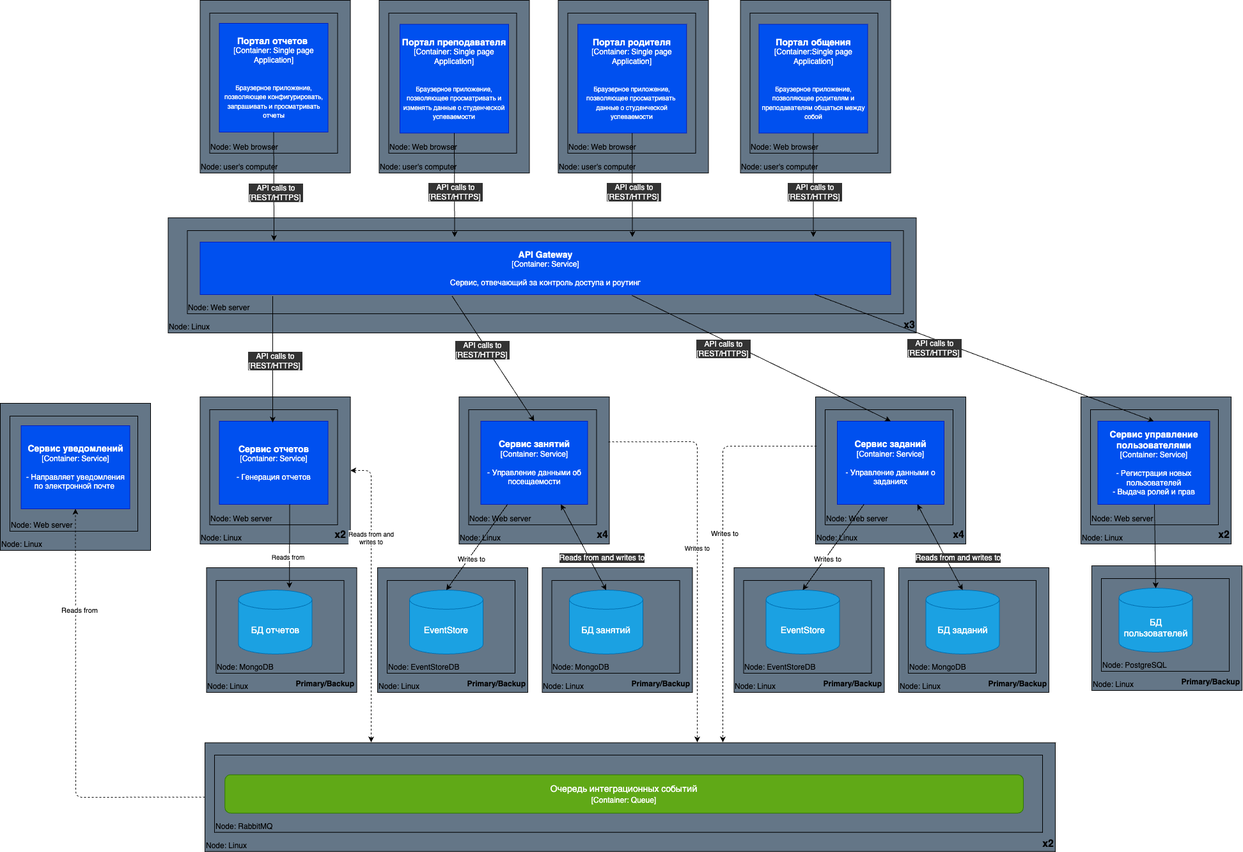
Above: 5-project/deployment.png in Raubzeug/software-architect (draw.io), before the change. Source tidied: cells renumbered, new cells last; positions are measured from the earlier drawing's top-left corner, leaving out a move shared by most shapes.
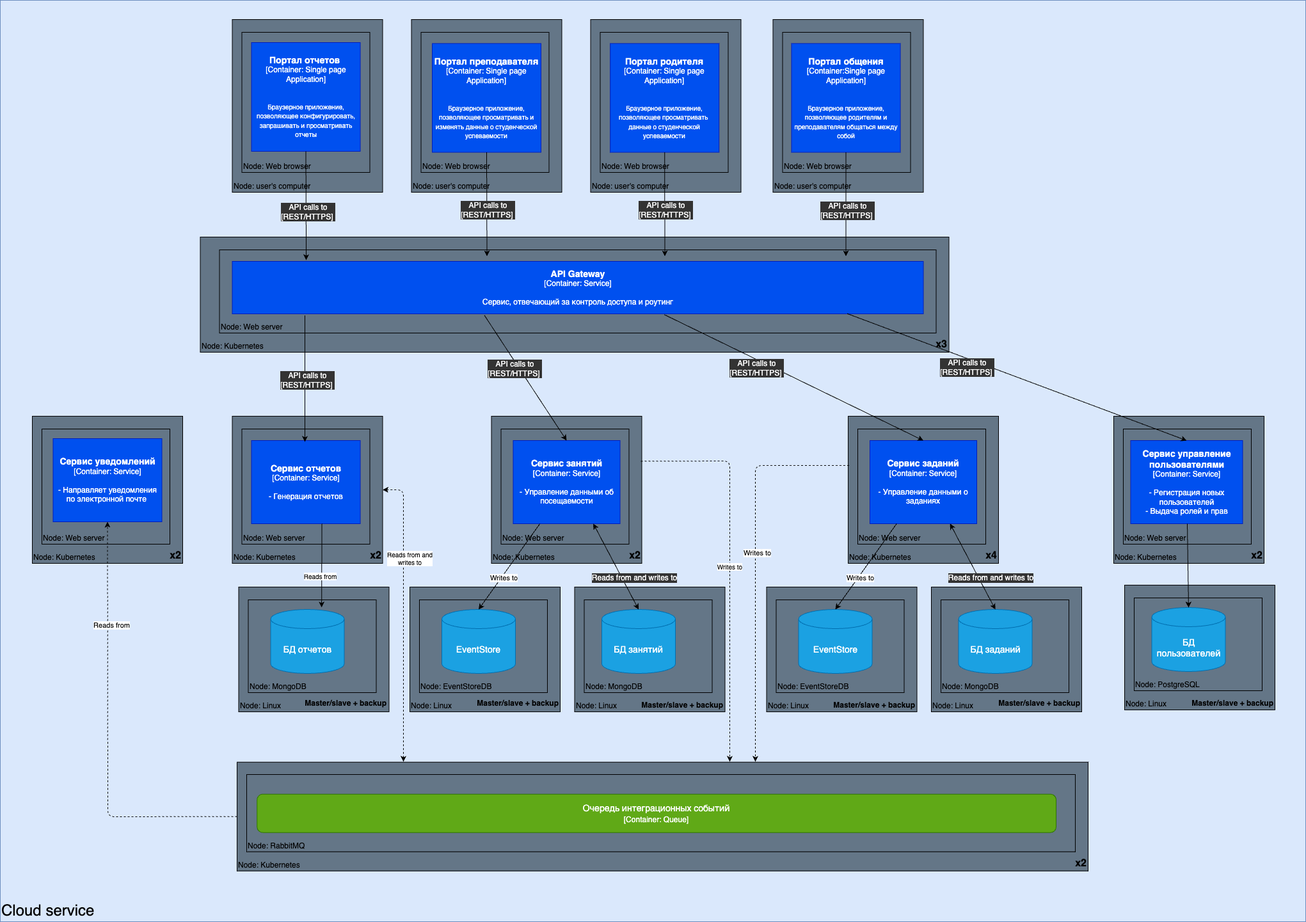
After the change.

Change to the diagram source:
```diff
@@ -4,2 +4,5 @@
     <mxCell id="1" parent="0" />
+    <mxCell id="97" value="&lt;font style=&quot;font-size: 24px;&quot; color=&quot;#000000&quot;&gt;Cloud service&lt;/font&gt;" style="rounded=0;whiteSpace=wrap;html=1;fillColor=#dae8fc;strokeColor=#6c8ebf;verticalAlign=bottom;align=left;" parent="1" vertex="1">
+      <mxGeometry x="-50" y="-30" width="2040" height="1440" as="geometry" />
+    </mxCell>
     <mxCell id="2" value="&lt;font color=&quot;#000000&quot;&gt;Node: Linux&lt;/font&gt;" style="rounded=0;whiteSpace=wrap;html=1;fillColor=#647687;fontColor=#ffffff;strokeColor=#000000;verticalAlign=bottom;align=left;" parent="1" vertex="1">
@@ -10,5 +13,2 @@
     </mxCell>
-    <mxCell id="4" value="&lt;font style=&quot;font-size: 12px;&quot;&gt;Primary/Backup&lt;/font&gt;" style="rounded=0;whiteSpace=wrap;html=1;strokeColor=none;fontColor=#000000;labelBackgroundColor=none;fillColor=none;fontStyle=1;fontSize=14;verticalAlign=bottom;align=right;" parent="1" vertex="1">
-      <mxGeometry x="1820.8" y="1016" width="120" height="60" as="geometry" />
-    </mxCell>
     <mxCell id="5" value="&lt;font color=&quot;#000000&quot;&gt;Node: Linux&lt;/font&gt;" style="rounded=0;whiteSpace=wrap;html=1;fillColor=#647687;fontColor=#ffffff;strokeColor=#000000;verticalAlign=bottom;align=left;" parent="1" vertex="1">
@@ -19,5 +19,2 @@
     </mxCell>
-    <mxCell id="7" value="&lt;font style=&quot;font-size: 12px;&quot;&gt;Primary/Backup&lt;/font&gt;" style="rounded=0;whiteSpace=wrap;html=1;strokeColor=none;fontColor=#000000;labelBackgroundColor=none;fillColor=none;fontStyle=1;fontSize=14;verticalAlign=bottom;align=right;" parent="1" vertex="1">
-      <mxGeometry x="961.2" y="1019" width="120" height="60" as="geometry" />
-    </mxCell>
     <mxCell id="8" value="&lt;font color=&quot;#000000&quot;&gt;Node: Linux&lt;/font&gt;" style="rounded=0;whiteSpace=wrap;html=1;fillColor=#647687;fontColor=#ffffff;strokeColor=#000000;verticalAlign=bottom;align=left;" parent="1" vertex="1">
@@ -28,12 +25,12 @@
     </mxCell>
-    <mxCell id="10" value="&lt;font style=&quot;font-size: 12px;&quot;&gt;Primary/Backup&lt;/font&gt;" style="rounded=0;whiteSpace=wrap;html=1;strokeColor=none;fontColor=#000000;labelBackgroundColor=none;fillColor=none;fontStyle=1;fontSize=14;verticalAlign=bottom;align=right;" parent="1" vertex="1">
-      <mxGeometry x="436.2" y="1019" width="120" height="60" as="geometry" />
+    <mxCell id="10" value="&lt;font style=&quot;font-size: 12px;&quot;&gt;Master/slave + backup&lt;/font&gt;" style="rounded=0;whiteSpace=wrap;html=1;strokeColor=none;fontColor=#000000;labelBackgroundColor=none;fillColor=none;fontStyle=1;fontSize=14;verticalAlign=bottom;align=right;" parent="1" vertex="1">
+      <mxGeometry x="410" y="1019" width="146.2" height="60" as="geometry" />
     </mxCell>
-    <mxCell id="11" value="&lt;font color=&quot;#000000&quot;&gt;Node: Linux&lt;/font&gt;" style="rounded=0;whiteSpace=wrap;html=1;fillColor=#647687;fontColor=#ffffff;strokeColor=#000000;verticalAlign=bottom;align=left;" parent="1" vertex="1">
-      <mxGeometry y="630" width="235" height="230" as="geometry" />
+    <mxCell id="11" value="&lt;font color=&quot;#000000&quot;&gt;Node:&amp;nbsp;&lt;/font&gt;&lt;span style=&quot;color: rgb(0, 0, 0);&quot;&gt;Kubernetes&lt;/span&gt;" style="rounded=0;whiteSpace=wrap;html=1;fillColor=#647687;fontColor=#ffffff;strokeColor=#000000;verticalAlign=bottom;align=left;" parent="1" vertex="1">
+      <mxGeometry y="620" width="235" height="230" as="geometry" />
     </mxCell>
     <mxCell id="12" value="&lt;div style=&quot;&quot;&gt;&lt;font color=&quot;#000000&quot;&gt;Node: Web server&lt;/font&gt;&lt;/div&gt;" style="rounded=0;whiteSpace=wrap;html=1;fillColor=#647687;fontColor=#ffffff;strokeColor=#000000;align=left;verticalAlign=bottom;" parent="1" vertex="1">
-      <mxGeometry x="15" y="650" width="200" height="180" as="geometry" />
+      <mxGeometry x="15" y="640" width="200" height="180" as="geometry" />
     </mxCell>
-    <mxCell id="13" value="&lt;font color=&quot;#000000&quot;&gt;Node:&amp;nbsp;&lt;/font&gt;&lt;span style=&quot;color: rgb(0, 0, 0);&quot;&gt;Linux&lt;/span&gt;" style="rounded=0;whiteSpace=wrap;html=1;fillColor=#647687;fontColor=#ffffff;strokeColor=#000000;verticalAlign=bottom;align=left;" parent="1" vertex="1">
+    <mxCell id="13" value="&lt;font color=&quot;#000000&quot;&gt;Node:&amp;nbsp;&lt;/font&gt;&lt;span style=&quot;color: rgb(0, 0, 0);&quot;&gt;Kubernetes&lt;/span&gt;" style="rounded=0;whiteSpace=wrap;html=1;fillColor=#647687;fontColor=#ffffff;strokeColor=#000000;verticalAlign=bottom;align=left;" parent="1" vertex="1">
       <mxGeometry x="1690" y="620" width="235" height="230" as="geometry" />
@@ -43,3 +40,3 @@
     </mxCell>
-    <mxCell id="15" value="&lt;font color=&quot;#000000&quot;&gt;Node: Linux&lt;/font&gt;" style="rounded=0;whiteSpace=wrap;html=1;fillColor=#647687;fontColor=#ffffff;strokeColor=#000000;verticalAlign=bottom;align=left;" parent="1" vertex="1">
+    <mxCell id="15" value="&lt;font color=&quot;#000000&quot;&gt;Node: Kubernetes&lt;/font&gt;" style="rounded=0;whiteSpace=wrap;html=1;fillColor=#647687;fontColor=#ffffff;strokeColor=#000000;verticalAlign=bottom;align=left;" parent="1" vertex="1">
       <mxGeometry x="312.5" y="620" width="235" height="230" as="geometry" />
@@ -49,3 +46,3 @@
     </mxCell>
-    <mxCell id="17" value="&lt;font color=&quot;#000000&quot;&gt;Node: Linux&lt;/font&gt;" style="rounded=0;whiteSpace=wrap;html=1;fillColor=#647687;fontColor=#ffffff;strokeColor=#000000;verticalAlign=bottom;align=left;" parent="1" vertex="1">
+    <mxCell id="17" value="&lt;font color=&quot;#000000&quot;&gt;Node:&amp;nbsp;&lt;/font&gt;&lt;span style=&quot;color: rgb(0, 0, 0);&quot;&gt;Kubernetes&lt;/span&gt;" style="rounded=0;whiteSpace=wrap;html=1;fillColor=#647687;fontColor=#ffffff;strokeColor=#000000;verticalAlign=bottom;align=left;" parent="1" vertex="1">
       <mxGeometry x="262.5" y="340" width="1170" height="180" as="geometry" />
@@ -137,3 +134,3 @@
     <mxCell id="42" value="&lt;b style=&quot;font-size: 14px;&quot;&gt;Сервис уведомлений&lt;br&gt;&lt;/b&gt;[Container: Service]&lt;br&gt;&lt;br&gt;- Направляет уведомления по электронной почте&amp;nbsp;" style="rounded=0;whiteSpace=wrap;html=1;fillColor=#0050ef;fontColor=#ffffff;strokeColor=#001DBC;" parent="1" vertex="1">
-      <mxGeometry x="32.5" y="665" width="170" height="130" as="geometry" />
+      <mxGeometry x="32.5" y="655" width="170" height="130" as="geometry" />
     </mxCell>
@@ -152,4 +149,6 @@
     </mxCell>
-    <mxCell id="46" style="endArrow=classic;html=1;fontSize=10;entryX=0.5;entryY=0;entryDx=0;entryDy=0;strokeColor=#000000;exitX=0;exitY=0;exitDx=0;exitDy=0;entryPerimeter=0;" parent="1" edge="1" source="51" target="40">
-      <mxGeometry relative="1" as="geometry" />
+    <mxCell id="46" style="endArrow=classic;html=1;fontSize=10;entryX=0.5;entryY=0;entryDx=0;entryDy=0;strokeColor=#000000;exitX=0;exitY=0;exitDx=0;exitDy=0;entryPerimeter=0;" parent="1" edge="1" target="40">
+      <mxGeometry relative="1" as="geometry">
+        <mxPoint x="1805" y="788" as="sourcePoint" />
+      </mxGeometry>
     </mxCell>
@@ -164,10 +163,4 @@
     <mxCell id="49" value="&lt;font style=&quot;font-size: 16px;&quot;&gt;x3&lt;/font&gt;" style="rounded=0;whiteSpace=wrap;html=1;strokeColor=none;fontColor=#000000;labelBackgroundColor=none;fillColor=none;fontStyle=1;fontSize=14;verticalAlign=bottom;align=right;" parent="1" vertex="1">
-      <mxGeometry x="1312.5" y="460" width="120" height="60" as="geometry" />
+      <mxGeometry x="1180" y="460" width="251.5" height="60" as="geometry" />
     </mxCell>
-    <mxCell id="50" value="&lt;font style=&quot;font-size: 16px;&quot;&gt;x2&lt;/font&gt;" style="rounded=0;whiteSpace=wrap;html=1;strokeColor=none;fontColor=#000000;labelBackgroundColor=none;fillColor=none;fontStyle=1;fontSize=14;verticalAlign=bottom;align=right;" parent="1" vertex="1">
-      <mxGeometry x="427.5" y="790" width="115" height="58" as="geometry" />
-    </mxCell>
-    <mxCell id="51" value="&lt;font style=&quot;font-size: 16px;&quot;&gt;x2&lt;/font&gt;" style="rounded=0;whiteSpace=wrap;html=1;strokeColor=none;fontColor=#000000;labelBackgroundColor=none;fillColor=none;fontStyle=1;fontSize=14;verticalAlign=bottom;align=right;" parent="1" vertex="1">
-      <mxGeometry x="1805" y="788" width="120" height="60" as="geometry" />
-    </mxCell>
     <mxCell id="52" value="Reads from" style="endArrow=classic;html=1;fontSize=10;entryX=0.692;entryY=-0.031;entryDx=0;entryDy=0;strokeColor=#000000;exitX=0.75;exitY=1;exitDx=0;exitDy=0;entryPerimeter=0;" parent="1" edge="1" target="39">
@@ -183,5 +176,2 @@
     </mxCell>
-    <mxCell id="55" value="&lt;font style=&quot;font-size: 12px;&quot;&gt;Primary/Backup&lt;/font&gt;" style="rounded=0;whiteSpace=wrap;html=1;strokeColor=none;fontColor=#000000;labelBackgroundColor=none;fillColor=none;fontStyle=1;fontSize=14;verticalAlign=bottom;align=right;" parent="1" vertex="1">
-      <mxGeometry x="703.8" y="1019" width="120" height="60" as="geometry" />
-    </mxCell>
     <mxCell id="56" value="EventStore" style="shape=cylinder3;whiteSpace=wrap;html=1;boundedLbl=1;backgroundOutline=1;size=15;fontSize=14;fillColor=#1ba1e2;fontColor=#ffffff;strokeColor=#006EAF;" parent="1" vertex="1">
@@ -189,3 +179,3 @@
     </mxCell>
-    <mxCell id="57" value="&lt;font color=&quot;#000000&quot;&gt;Node: Linux&lt;/font&gt;" style="rounded=0;whiteSpace=wrap;html=1;fillColor=#647687;fontColor=#ffffff;strokeColor=#000000;verticalAlign=bottom;align=left;" parent="1" vertex="1">
+    <mxCell id="57" value="&lt;font color=&quot;#000000&quot;&gt;Node:&amp;nbsp;&lt;/font&gt;&lt;span style=&quot;color: rgb(0, 0, 0);&quot;&gt;Kubernetes&lt;/span&gt;" style="rounded=0;whiteSpace=wrap;html=1;fillColor=#647687;fontColor=#ffffff;strokeColor=#000000;verticalAlign=bottom;align=left;" parent="1" vertex="1">
       <mxGeometry x="717.5" y="620" width="235" height="230" as="geometry" />
@@ -195,5 +185,2 @@
     </mxCell>
-    <mxCell id="59" value="&lt;font style=&quot;font-size: 16px;&quot;&gt;x4&lt;/font&gt;" style="rounded=0;whiteSpace=wrap;html=1;strokeColor=none;fontColor=#000000;labelBackgroundColor=none;fillColor=none;fontStyle=1;fontSize=14;verticalAlign=bottom;align=right;" parent="1" vertex="1">
-      <mxGeometry x="832.5" y="788" width="120" height="60" as="geometry" />
-    </mxCell>
     <mxCell id="60" value="&lt;b style=&quot;font-size: 14px;&quot;&gt;Сервис занятий&lt;br&gt;&lt;/b&gt;[Container: Service]&lt;br&gt;&lt;br&gt;- Управление данными об посещаемости" style="rounded=0;whiteSpace=wrap;html=1;fillColor=#0050ef;fontColor=#ffffff;strokeColor=#001DBC;" parent="1" vertex="1">
@@ -221,5 +208,2 @@
     </mxCell>
-    <mxCell id="67" value="&lt;font style=&quot;font-size: 12px;&quot;&gt;Primary/Backup&lt;/font&gt;" style="rounded=0;whiteSpace=wrap;html=1;strokeColor=none;fontColor=#000000;labelBackgroundColor=none;fillColor=none;fontStyle=1;fontSize=14;verticalAlign=bottom;align=right;" parent="1" vertex="1">
-      <mxGeometry x="1518.8" y="1019" width="120" height="60" as="geometry" />
-    </mxCell>
     <mxCell id="68" value="БД заданий&lt;span style=&quot;color: rgba(0, 0, 0, 0); font-family: monospace; font-size: 0px; text-align: start;&quot;&gt;%3CmxGraphModel%3E%3Croot%3E%3CmxCell%20id%3D%220%22%2F%3E%3CmxCell%20id%3D%221%22%20parent%3D%220%22%2F%3E%3CmxCell%20id%3D%222%22%20value%3D%22%D0%91%D0%94%20%D0%B3%D0%BE%D1%82%D0%BE%D0%B2%D1%8B%D1%85%20%D0%BE%D1%82%D1%87%D0%B5%D1%82%D0%BE%D0%B2%22%20style%3D%22shape%3Dcylinder3%3BwhiteSpace%3Dwrap%3Bhtml%3D1%3BboundedLbl%3D1%3BbackgroundOutline%3D1%3Bsize%3D15%3BfontSize%3D14%3BfillColor%3D%230050ef%3BfontColor%3D%23ffffff%3BstrokeColor%3D%23001DBC%3B%22%20vertex%3D%221%22%20parent%3D%221%22%3E%3CmxGeometry%20x%3D%2215%22%20y%3D%22770%22%20width%3D%22115%22%20height%3D%22160%22%20as%3D%22geometry%22%2F%3E%3C%2FmxCell%3E%3C%2Froot%3E%3C%2FmxGraphModel%3E&lt;/span&gt;" style="shape=cylinder3;whiteSpace=wrap;html=1;boundedLbl=1;backgroundOutline=1;size=15;fontSize=14;fillColor=#1ba1e2;fontColor=#ffffff;strokeColor=#006EAF;" parent="1" vertex="1">
@@ -233,5 +217,2 @@
     </mxCell>
-    <mxCell id="71" value="&lt;font style=&quot;font-size: 12px;&quot;&gt;Primary/Backup&lt;/font&gt;" style="rounded=0;whiteSpace=wrap;html=1;strokeColor=none;fontColor=#000000;labelBackgroundColor=none;fillColor=none;fontStyle=1;fontSize=14;verticalAlign=bottom;align=right;" parent="1" vertex="1">
-      <mxGeometry x="1261.2" y="1019" width="120" height="60" as="geometry" />
-    </mxCell>
     <mxCell id="72" value="EventStore" style="shape=cylinder3;whiteSpace=wrap;html=1;boundedLbl=1;backgroundOutline=1;size=15;fontSize=14;fillColor=#1ba1e2;fontColor=#ffffff;strokeColor=#006EAF;" parent="1" vertex="1">
@@ -239,3 +220,3 @@
     </mxCell>
-    <mxCell id="73" value="&lt;font color=&quot;#000000&quot;&gt;Node: Linux&lt;/font&gt;" style="rounded=0;whiteSpace=wrap;html=1;fillColor=#647687;fontColor=#ffffff;strokeColor=#000000;verticalAlign=bottom;align=left;" parent="1" vertex="1">
+    <mxCell id="73" value="&lt;font color=&quot;#000000&quot;&gt;Node:&amp;nbsp;&lt;/font&gt;&lt;span style=&quot;color: rgb(0, 0, 0);&quot;&gt;Kubernetes&lt;/span&gt;" style="rounded=0;whiteSpace=wrap;html=1;fillColor=#647687;fontColor=#ffffff;strokeColor=#000000;verticalAlign=bottom;align=left;" parent="1" vertex="1">
       <mxGeometry x="1275" y="620" width="235" height="230" as="geometry" />
@@ -245,5 +226,2 @@
     </mxCell>
-    <mxCell id="75" value="&lt;font style=&quot;font-size: 16px;&quot;&gt;x4&lt;/font&gt;" style="rounded=0;whiteSpace=wrap;html=1;strokeColor=none;fontColor=#000000;labelBackgroundColor=none;fillColor=none;fontStyle=1;fontSize=14;verticalAlign=bottom;align=right;" parent="1" vertex="1">
-      <mxGeometry x="1390" y="788" width="120" height="60" as="geometry" />
-    </mxCell>
     <mxCell id="76" value="&lt;b style=&quot;font-size: 14px;&quot;&gt;Сервис заданий&lt;br&gt;&lt;/b&gt;[Container: Service]&lt;br&gt;&lt;br&gt;- Управление данными о заданиях" style="rounded=0;whiteSpace=wrap;html=1;fillColor=#0050ef;fontColor=#ffffff;strokeColor=#001DBC;" parent="1" vertex="1">
@@ -265,3 +243,3 @@
     </mxCell>
-    <mxCell id="81" value="&lt;font color=&quot;#000000&quot;&gt;Node: Linux&lt;/font&gt;" style="rounded=0;whiteSpace=wrap;html=1;fillColor=#647687;fontColor=#ffffff;strokeColor=#000000;verticalAlign=bottom;align=left;" parent="1" vertex="1">
+    <mxCell id="81" value="&lt;font color=&quot;#000000&quot;&gt;Node:&amp;nbsp;&lt;/font&gt;&lt;span style=&quot;color: rgb(0, 0, 0);&quot;&gt;Kubernetes&lt;/span&gt;" style="rounded=0;whiteSpace=wrap;html=1;fillColor=#647687;fontColor=#ffffff;strokeColor=#000000;verticalAlign=bottom;align=left;" parent="1" vertex="1">
       <mxGeometry x="320" y="1160.7" width="1330" height="170" as="geometry" />
@@ -275,6 +253,6 @@
     <mxCell id="84" value="&lt;font style=&quot;font-size: 16px;&quot;&gt;x2&lt;/font&gt;" style="rounded=0;whiteSpace=wrap;html=1;strokeColor=none;fontColor=#000000;labelBackgroundColor=none;fillColor=none;fontStyle=1;fontSize=14;verticalAlign=bottom;align=right;" parent="1" vertex="1">
-      <mxGeometry x="1530" y="1270.7" width="120" height="60" as="geometry" />
+      <mxGeometry x="1490" y="1270.7" width="160" height="60" as="geometry" />
     </mxCell>
     <mxCell id="85" value="Reads from and&lt;br&gt;writes to" style="endArrow=classic;html=1;fontSize=10;exitX=1;exitY=0.5;exitDx=0;exitDy=0;rounded=1;dashed=1;strokeColor=#000000;startArrow=classic;startFill=1;" parent="1" edge="1" source="15">
-      <mxGeometry x="-0.4" relative="1" as="geometry">
+      <mxGeometry x="-0.4" y="10" relative="1" as="geometry">
         <mxPoint x="580" y="1160" as="targetPoint" />
@@ -283,2 +261,3 @@
         </Array>
+        <mxPoint y="1" as="offset" />
       </mxGeometry>
@@ -338,2 +317,32 @@
     </mxCell>
+    <mxCell id="98" value="&lt;font style=&quot;font-size: 12px;&quot;&gt;Master/slave + backup&lt;/font&gt;" style="rounded=0;whiteSpace=wrap;html=1;strokeColor=none;fontColor=#000000;labelBackgroundColor=none;fillColor=none;fontStyle=1;fontSize=14;verticalAlign=bottom;align=right;" parent="1" vertex="1">
+      <mxGeometry x="678.8" y="1019" width="146.2" height="60" as="geometry" />
+    </mxCell>
+    <mxCell id="99" value="&lt;font style=&quot;font-size: 12px;&quot;&gt;Master/slave + backup&lt;/font&gt;" style="rounded=0;whiteSpace=wrap;html=1;strokeColor=none;fontColor=#000000;labelBackgroundColor=none;fillColor=none;fontStyle=1;fontSize=14;verticalAlign=bottom;align=right;" parent="1" vertex="1">
+      <mxGeometry x="936.2" y="1022" width="146.2" height="60" as="geometry" />
+    </mxCell>
+    <mxCell id="100" value="&lt;font style=&quot;font-size: 12px;&quot;&gt;Master/slave + backup&lt;/font&gt;" style="rounded=0;whiteSpace=wrap;html=1;strokeColor=none;fontColor=#000000;labelBackgroundColor=none;fillColor=none;fontStyle=1;fontSize=14;verticalAlign=bottom;align=right;" parent="1" vertex="1">
+      <mxGeometry x="1236.2" y="1022" width="146.2" height="60" as="geometry" />
+    </mxCell>
+    <mxCell id="101" value="&lt;font style=&quot;font-size: 12px;&quot;&gt;Master/slave + backup&lt;/font&gt;" style="rounded=0;whiteSpace=wrap;html=1;strokeColor=none;fontColor=#000000;labelBackgroundColor=none;fillColor=none;fontStyle=1;fontSize=14;verticalAlign=bottom;align=right;" parent="1" vertex="1">
+      <mxGeometry x="1493.8" y="1019" width="146.2" height="60" as="geometry" />
+    </mxCell>
+    <mxCell id="102" value="&lt;font style=&quot;font-size: 12px;&quot;&gt;Master/slave + backup&lt;/font&gt;" style="rounded=0;whiteSpace=wrap;html=1;strokeColor=none;fontColor=#000000;labelBackgroundColor=none;fillColor=none;fontStyle=1;fontSize=14;verticalAlign=bottom;align=right;" parent="1" vertex="1">
+      <mxGeometry x="1795.8" y="1019" width="146.2" height="60" as="geometry" />
+    </mxCell>
+    <mxCell id="103" value="&lt;font style=&quot;font-size: 16px;&quot;&gt;x2&lt;/font&gt;" style="rounded=0;whiteSpace=wrap;html=1;strokeColor=none;fontColor=#000000;labelBackgroundColor=none;fillColor=none;fontStyle=1;fontSize=14;verticalAlign=bottom;align=right;" parent="1" vertex="1">
+      <mxGeometry x="160" y="790" width="75" height="60" as="geometry" />
+    </mxCell>
+    <mxCell id="104" value="&lt;font style=&quot;font-size: 16px;&quot;&gt;x2&lt;/font&gt;" style="rounded=0;whiteSpace=wrap;html=1;strokeColor=none;fontColor=#000000;labelBackgroundColor=none;fillColor=none;fontStyle=1;fontSize=14;verticalAlign=bottom;align=right;" parent="1" vertex="1">
+      <mxGeometry x="480" y="790" width="67.5" height="60" as="geometry" />
+    </mxCell>
+    <mxCell id="105" value="&lt;font style=&quot;font-size: 16px;&quot;&gt;x2&lt;/font&gt;" style="rounded=0;whiteSpace=wrap;html=1;strokeColor=none;fontColor=#000000;labelBackgroundColor=none;fillColor=none;fontStyle=1;fontSize=14;verticalAlign=bottom;align=right;" parent="1" vertex="1">
+      <mxGeometry x="870" y="790" width="82.5" height="60" as="geometry" />
+    </mxCell>
+    <mxCell id="106" value="&lt;font style=&quot;font-size: 16px;&quot;&gt;x4&lt;/font&gt;" style="rounded=0;whiteSpace=wrap;html=1;strokeColor=none;fontColor=#000000;labelBackgroundColor=none;fillColor=none;fontStyle=1;fontSize=14;verticalAlign=bottom;align=right;" parent="1" vertex="1">
+      <mxGeometry x="1460" y="790" width="50" height="60" as="geometry" />
+    </mxCell>
+    <mxCell id="107" value="&lt;font style=&quot;font-size: 16px;&quot;&gt;x2&lt;/font&gt;" style="rounded=0;whiteSpace=wrap;html=1;strokeColor=none;fontColor=#000000;labelBackgroundColor=none;fillColor=none;fontStyle=1;fontSize=14;verticalAlign=bottom;align=right;" parent="1" vertex="1">
+      <mxGeometry x="1860" y="790" width="65" height="60" as="geometry" />
+    </mxCell>
   </root>
```
